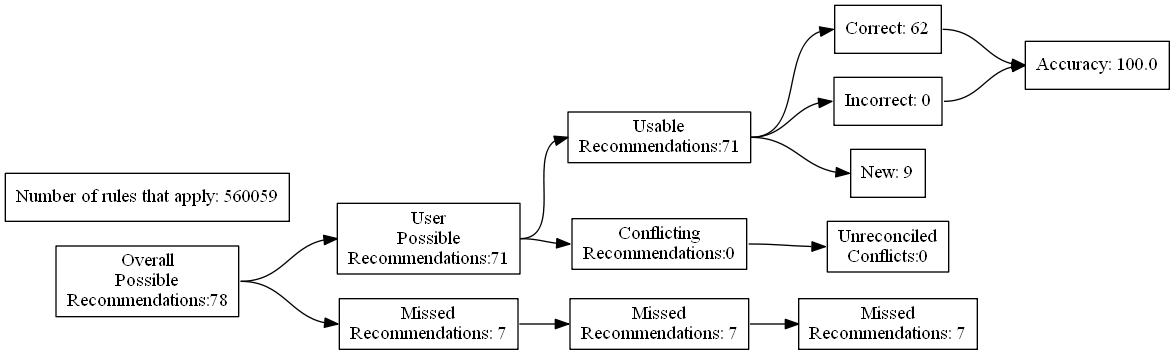
This is test_renders/67.gv.png from ZaxR/ibd_diet_analysis, a Graphviz export, as it was before one commit. Its source is kept beside it as test_renders/67.gv.
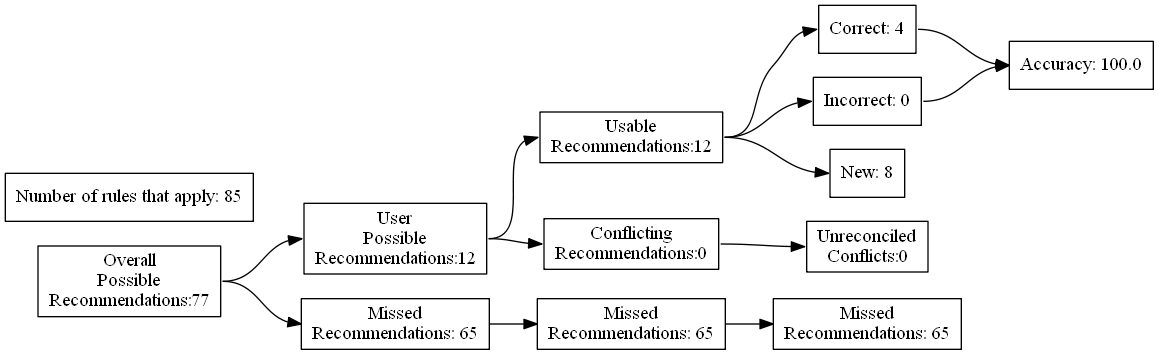
The same diagram one commit later.

What changed in the source:
```diff
@@ -4,27 +4,27 @@
 	edge [headport=w tailport=e]
 		A [label="Overall
 Possible
-Recommendations:78"]
+Recommendations:77"]
 		B [label="User
 Possible
-Recommendations:71"]
+Recommendations:12"]
 		C [label="Missed
-Recommendations: 7"]
+Recommendations: 65"]
 		D [label="Usable
-Recommendations:71"]
+Recommendations:12"]
 		E [label="Conflicting
 Recommendations:0"]
 		J [label="Missed
-Recommendations: 7"]
+Recommendations: 65"]
 		M [label="Unreconciled
 Conflicts:0"]
-		F [label="Correct: 62"]
+		F [label="Correct: 4"]
 		G [label="Incorrect: 0"]
-		H [label="New: 9"]
+		H [label="New: 8"]
 		K [label="Missed
-Recommendations: 7"]
+Recommendations: 65"]
 		I [label="Accuracy: 100.0"]
-		l [label="Number of rules that apply: 560059"]
+		l [label="Number of rules that apply: 85"]
 			A -> B
 			A -> C
 			B -> D
```
